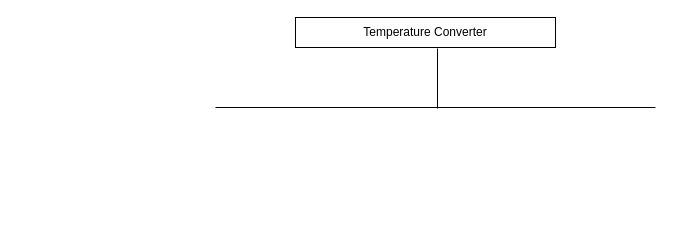
The draw.io diagram jsp.drawio in adeniyi1379/Adeniyi1379, before the edit. Source tidied: cells renumbered, new cells numbered last; positions are measured from the earlier drawing's top-left corner, leaving out a move shared by most shapes. Both pictures are drawn from the tidied source at 100%, with x=0, y=0 at pixel (215, 17).
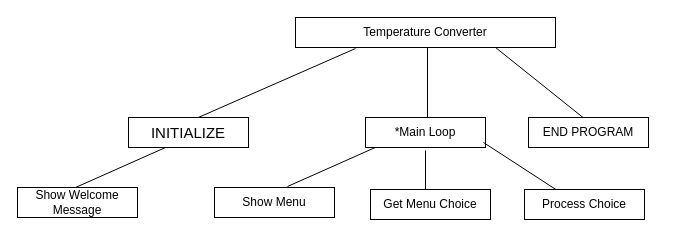
Above is the later version.

Diff of the diagram source:
```diff
@@
+    <mxCell id="5" style="endArrow=none;html=1;rounded=0;" parent="1" edge="1">
+      <mxGeometry relative="1" as="geometry">
+        <mxPoint x="72" y="169" as="sourcePoint" />
+        <mxPoint x="162" y="129" as="targetPoint" />
+      </mxGeometry>
+    </mxCell>
@@
-    <mxCell id="3" style="endArrow=none;html=1;rounded=0;" parent="1" edge="1">
-      <mxGeometry relative="1" as="geometry">
-        <mxPoint x="222" y="91" as="sourcePoint" />
-        <mxPoint x="222" y="31" as="targetPoint" />
-      </mxGeometry>
-    </mxCell>
-    <mxCell id="4" style="endArrow=none;html=1;rounded=0;" parent="1" edge="1">
-      <mxGeometry relative="1" as="geometry">
-        <mxPoint y="90" as="sourcePoint" />
-        <mxPoint x="440" y="90" as="targetPoint" />
-      </mxGeometry>
-    </mxCell>
+    <mxCell id="6" style="endArrow=none;html=1;rounded=0;" parent="1" edge="1">
+      <mxGeometry relative="1" as="geometry">
+        <mxPoint x="-40" y="110" as="sourcePoint" />
+        <mxPoint x="140" y="31" as="targetPoint" />
+      </mxGeometry>
+    </mxCell>
+    <mxCell id="7" style="endArrow=none;html=1;rounded=0;" parent="1" edge="1">
+      <mxGeometry relative="1" as="geometry">
+        <mxPoint x="212" y="100" as="sourcePoint" />
+        <mxPoint x="212" y="30" as="targetPoint" />
+      </mxGeometry>
+    </mxCell>
+    <mxCell id="8" style="endArrow=none;html=1;rounded=0;" parent="1" edge="1">
+      <mxGeometry relative="1" as="geometry">
+        <mxPoint x="380" y="110" as="sourcePoint" />
+        <mxPoint x="280" y="30" as="targetPoint" />
+      </mxGeometry>
+    </mxCell>
+    <mxCell id="9" value="*Main Loop" style="rounded=0;whiteSpace=wrap;html=1;" parent="1" vertex="1">
+      <mxGeometry x="150" y="100" width="120" height="30" as="geometry" />
+    </mxCell>
+    <mxCell id="10" value="END PROGRAM" style="rounded=0;whiteSpace=wrap;html=1;" parent="1" vertex="1">
+      <mxGeometry x="313" y="100" width="120" height="30" as="geometry" />
+    </mxCell>
+    <mxCell id="11" value="&lt;span style=&quot;color: rgb(0, 0, 0); font-family: Arial, sans-serif; font-size: 15px; text-align: start; text-wrap-mode: nowrap; background-color: rgb(255, 255, 255);&quot;&gt;INITIALIZE&lt;/span&gt;" style="rounded=0;whiteSpace=wrap;html=1;" parent="1" vertex="1">
+      <mxGeometry x="-87" y="100" width="120" height="30" as="geometry" />
+    </mxCell>
+    <mxCell id="12" style="endArrow=none;html=1;rounded=0;" parent="1" edge="1">
+      <mxGeometry relative="1" as="geometry">
+        <mxPoint x="-140" y="170" as="sourcePoint" />
+        <mxPoint x="-50" y="130" as="targetPoint" />
+      </mxGeometry>
+    </mxCell>
+    <mxCell id="13" value="Show Welcome Message" style="rounded=0;whiteSpace=wrap;html=1;" parent="1" vertex="1">
+      <mxGeometry x="-198" y="170" width="120" height="30" as="geometry" />
+    </mxCell>
+    <mxCell id="14" value="Show Menu" style="rounded=0;whiteSpace=wrap;html=1;" parent="1" vertex="1">
+      <mxGeometry x="-1" y="170" width="120" height="30" as="geometry" />
+    </mxCell>
+    <mxCell id="15" style="endArrow=none;html=1;rounded=0;" parent="1" edge="1">
+      <mxGeometry relative="1" as="geometry">
+        <mxPoint x="210" y="183" as="sourcePoint" />
+        <mxPoint x="210" y="133" as="targetPoint" />
+      </mxGeometry>
+    </mxCell>
+    <mxCell id="16" value="Get Menu Choice" style="rounded=0;whiteSpace=wrap;html=1;" parent="1" vertex="1">
+      <mxGeometry x="155" y="172" width="120" height="30" as="geometry" />
+    </mxCell>
+    <mxCell id="17" style="endArrow=none;html=1;rounded=0;" parent="1" edge="1">
+      <mxGeometry relative="1" as="geometry">
+        <mxPoint x="345" y="175" as="sourcePoint" />
+        <mxPoint x="268" y="125" as="targetPoint" />
+      </mxGeometry>
+    </mxCell>
+    <mxCell id="18" value="Process Choice" style="rounded=0;whiteSpace=wrap;html=1;" parent="1" vertex="1">
+      <mxGeometry x="309" y="172" width="120" height="30" as="geometry" />
+    </mxCell>
```
